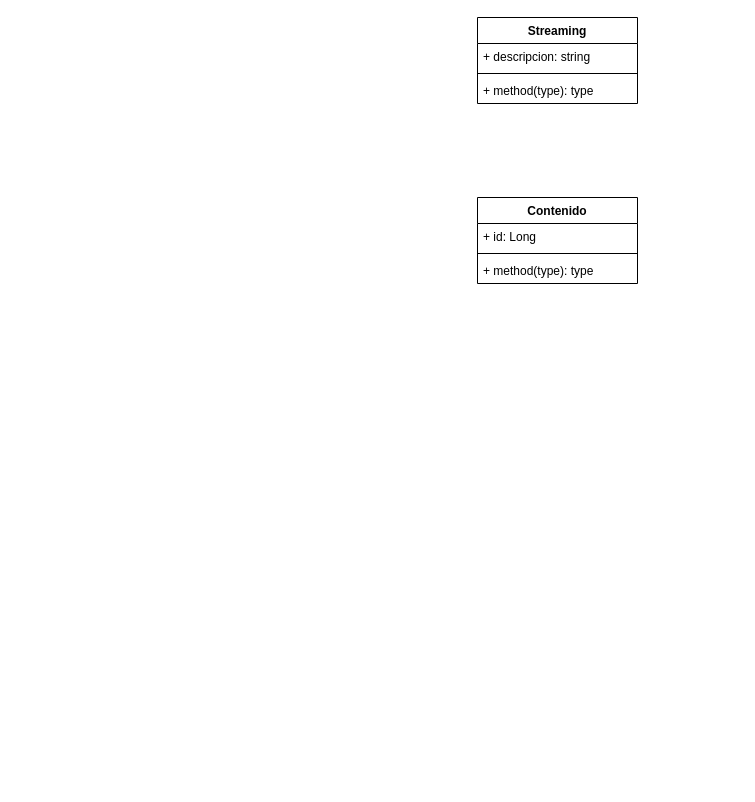
Above: Diagrama sin título.drawio in AIkerVSaul09/Alumno (draw.io), before the change. Source tidied: cells renumbered, new cells numbered last; positions are measured from the earlier drawing's top-left corner, leaving out a move shared by most shapes. Both pictures are drawn from the tidied source at 100%, with x=0, y=0 at pixel (477, 17).
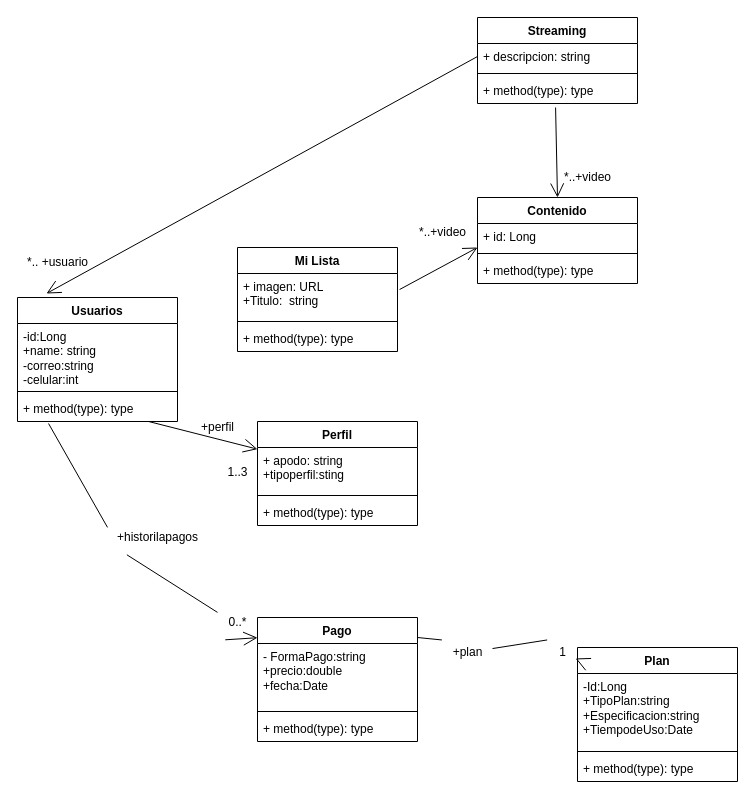
The same diagram, later.

The change refers to these unchanged cells:
```xml
<mxCell id="2" value="Contenido" style="swimlane;fontStyle=1;align=center;verticalAlign=top;horizontal=1;startSize=26;whiteSpace=wrap;html=1;" parent="1" vertex="1">
  <mxGeometry y="180" width="160" height="86" as="geometry" />
</mxCell>
<mxCell id="7" value="+ descripcion: string" style="text;strokeColor=none;fillColor=none;align=left;verticalAlign=top;spacingLeft=4;spacingRight=4;overflow=hidden;points=[[0,0.5],[1,0.5]];portConstraint=eastwest;whiteSpace=wrap;html=1;" parent="6" vertex="1">
  <mxGeometry y="26" width="160" height="26" as="geometry" />
</mxCell>
<mxCell id="9" value="+ method(type): type" style="text;strokeColor=none;fillColor=none;align=left;verticalAlign=top;spacingLeft=4;spacingRight=4;overflow=hidden;points=[[0,0.5],[1,0.5]];portConstraint=eastwest;whiteSpace=wrap;html=1;" parent="6" vertex="1">
  <mxGeometry y="60" width="160" height="26" as="geometry" />
</mxCell>
```

Diff of the diagram source:
```diff
@@
+    <mxCell id="10" style="endArrow=open;endFill=1;endSize=12;html=1;rounded=0;exitX=0.488;exitY=1.154;exitDx=0;exitDy=0;exitPerimeter=0;entryX=0.5;entryY=0;entryDx=0;entryDy=0;" parent="1" edge="1" source="9" target="2">
+      <mxGeometry relative="1" as="geometry" />
+    </mxCell>
+    <mxCell id="11" value="Mi Lista" style="swimlane;fontStyle=1;align=center;verticalAlign=top;horizontal=1;startSize=26;whiteSpace=wrap;html=1;" parent="1" vertex="1">
+      <mxGeometry x="-240" y="230" width="160" height="104" as="geometry" />
+    </mxCell>
+    <mxCell id="12" value="+ imagen: URL&lt;br&gt;+Titulo:&amp;nbsp; string" style="text;strokeColor=none;fillColor=none;align=left;verticalAlign=top;spacingLeft=4;spacingRight=4;overflow=hidden;points=[[0,0.5],[1,0.5]];portConstraint=eastwest;whiteSpace=wrap;html=1;" parent="11" vertex="1">
+      <mxGeometry y="26" width="160" height="44" as="geometry" />
+    </mxCell>
+    <mxCell id="13" style="line;strokeWidth=1;fillColor=none;align=left;verticalAlign=middle;spacingTop=-1;spacingLeft=3;spacingRight=3;labelPosition=right;strokeColor=inherit;" parent="11" vertex="1">
+      <mxGeometry y="70" width="160" height="8" as="geometry" />
+    </mxCell>
+    <mxCell id="14" value="+ method(type): type" style="text;strokeColor=none;fillColor=none;align=left;verticalAlign=top;spacingLeft=4;spacingRight=4;overflow=hidden;whiteSpace=wrap;html=1;" parent="11" vertex="1">
+      <mxGeometry y="78" width="160" height="26" as="geometry" />
+    </mxCell>
+    <mxCell id="15" style="endArrow=open;endFill=1;endSize=12;html=1;rounded=0;exitX=1.013;exitY=0.364;exitDx=0;exitDy=0;exitPerimeter=0;" parent="1" edge="1" source="12">
+      <mxGeometry relative="1" as="geometry">
+        <mxPoint y="230" as="targetPoint" />
+      </mxGeometry>
+    </mxCell>
+    <mxCell id="16" value="*..+video" style="text;html=1;align=center;verticalAlign=middle;strokeColor=none;fillColor=none;" parent="1" vertex="1">
+      <mxGeometry x="-70" y="200" width="70" height="30" as="geometry" />
+    </mxCell>
+    <mxCell id="17" value="*..+video" style="text;html=1;align=center;verticalAlign=middle;strokeColor=none;fillColor=none;" parent="1" vertex="1">
+      <mxGeometry x="75" y="145" width="70" height="30" as="geometry" />
+    </mxCell>
+    <mxCell id="18" value="Usuarios" style="swimlane;fontStyle=1;align=center;verticalAlign=top;horizontal=1;startSize=26;whiteSpace=wrap;html=1;" parent="1" vertex="1">
+      <mxGeometry x="-460" y="280" width="160" height="124" as="geometry" />
+    </mxCell>
+    <mxCell id="19" value="-id:Long&lt;br&gt;+name: string&lt;br&gt;-correo:string&lt;br&gt;-celular:int" style="text;strokeColor=none;fillColor=none;align=left;verticalAlign=top;spacingLeft=4;spacingRight=4;overflow=hidden;whiteSpace=wrap;html=1;" parent="18" vertex="1">
+      <mxGeometry y="26" width="160" height="64" as="geometry" />
+    </mxCell>
+    <mxCell id="20" style="line;strokeWidth=1;fillColor=none;align=left;verticalAlign=middle;spacingTop=-1;spacingLeft=3;spacingRight=3;labelPosition=right;strokeColor=inherit;" parent="18" vertex="1">
+      <mxGeometry y="90" width="160" height="8" as="geometry" />
+    </mxCell>
+    <mxCell id="21" value="+ method(type): type" style="text;strokeColor=none;fillColor=none;align=left;verticalAlign=top;spacingLeft=4;spacingRight=4;overflow=hidden;points=[[0,0.5],[1,0.5]];portConstraint=eastwest;whiteSpace=wrap;html=1;" parent="18" vertex="1">
+      <mxGeometry y="98" width="160" height="26" as="geometry" />
+    </mxCell>
+    <mxCell id="22" style="endArrow=open;endFill=1;endSize=12;html=1;rounded=0;exitX=0;exitY=0.5;exitDx=0;exitDy=0;entryX=0.181;entryY=-0.032;entryDx=0;entryDy=0;entryPerimeter=0;" parent="1" edge="1" source="7" target="18">
+      <mxGeometry relative="1" as="geometry" />
+    </mxCell>
+    <mxCell id="23" value="*.. +usuario" style="text;html=1;align=center;verticalAlign=middle;strokeColor=none;fillColor=none;" parent="1" vertex="1">
+      <mxGeometry x="-460" y="230" width="80" height="30" as="geometry" />
+    </mxCell>
+    <mxCell id="24" value="Perfil" style="swimlane;fontStyle=1;align=center;verticalAlign=top;horizontal=1;startSize=26;whiteSpace=wrap;html=1;" parent="1" vertex="1">
+      <mxGeometry x="-220" y="404" width="160" height="104" as="geometry" />
+    </mxCell>
+    <mxCell id="25" value="+ apodo: string&lt;br&gt;+tipoperfil:sting" style="text;strokeColor=none;fillColor=none;align=left;verticalAlign=top;spacingLeft=4;spacingRight=4;overflow=hidden;points=[[0,0.5],[1,0.5]];portConstraint=eastwest;whiteSpace=wrap;html=1;" parent="24" vertex="1">
+      <mxGeometry y="26" width="160" height="44" as="geometry" />
+    </mxCell>
+    <mxCell id="26" style="line;strokeWidth=1;fillColor=none;align=left;verticalAlign=middle;spacingTop=-1;spacingLeft=3;spacingRight=3;labelPosition=right;strokeColor=inherit;" parent="24" vertex="1">
+      <mxGeometry y="70" width="160" height="8" as="geometry" />
+    </mxCell>
+    <mxCell id="27" value="+ method(type): type" style="text;strokeColor=none;fillColor=none;align=left;verticalAlign=top;spacingLeft=4;spacingRight=4;overflow=hidden;whiteSpace=wrap;html=1;" parent="24" vertex="1">
+      <mxGeometry y="78" width="160" height="26" as="geometry" />
+    </mxCell>
+    <mxCell id="28" style="endArrow=open;endFill=1;endSize=12;html=1;rounded=0;" parent="1" edge="1" source="21" target="25">
+      <mxGeometry relative="1" as="geometry" />
+    </mxCell>
+    <mxCell id="29" value="1..3" style="text;html=1;align=center;verticalAlign=middle;strokeColor=none;fillColor=none;" parent="1" vertex="1">
+      <mxGeometry x="-260" y="440" width="40" height="30" as="geometry" />
+    </mxCell>
+    <mxCell id="30" value="+perfil" style="text;html=1;align=center;verticalAlign=middle;strokeColor=none;fillColor=none;" parent="1" vertex="1">
+      <mxGeometry x="-290" y="395" width="60" height="30" as="geometry" />
+    </mxCell>
+    <mxCell id="31" style="text;strokeColor=none;fillColor=none;align=left;verticalAlign=middle;spacingTop=-1;spacingLeft=4;spacingRight=4;labelPosition=right;" parent="1" vertex="1">
+      <mxGeometry x="-20" y="510" width="20" height="14" as="geometry" />
+    </mxCell>
+    <mxCell id="32" value="Pago" style="swimlane;fontStyle=1;align=center;verticalAlign=top;horizontal=1;startSize=26;whiteSpace=wrap;html=1;" parent="1" vertex="1">
+      <mxGeometry x="-220" y="600" width="160" height="124" as="geometry" />
+    </mxCell>
+    <mxCell id="33" value="- FormaPago:string&lt;br&gt;+precio:double&lt;br&gt;+fecha:Date&lt;br&gt;" style="text;strokeColor=none;fillColor=none;align=left;verticalAlign=top;spacingLeft=4;spacingRight=4;overflow=hidden;whiteSpace=wrap;html=1;" parent="32" vertex="1">
+      <mxGeometry y="26" width="160" height="64" as="geometry" />
+    </mxCell>
+    <mxCell id="34" style="line;strokeWidth=1;fillColor=none;align=left;verticalAlign=middle;spacingTop=-1;spacingLeft=3;spacingRight=3;labelPosition=right;strokeColor=inherit;" parent="32" vertex="1">
+      <mxGeometry y="90" width="160" height="8" as="geometry" />
+    </mxCell>
+    <mxCell id="35" value="+ method(type): type" style="text;strokeColor=none;fillColor=none;align=left;verticalAlign=top;spacingLeft=4;spacingRight=4;overflow=hidden;whiteSpace=wrap;html=1;" parent="32" vertex="1">
+      <mxGeometry y="98" width="160" height="26" as="geometry" />
+    </mxCell>
+    <mxCell id="36" style="endArrow=open;endFill=1;endSize=12;html=1;rounded=0;exitX=0.194;exitY=1.077;exitDx=0;exitDy=0;exitPerimeter=0;entryX=0;entryY=0.163;entryDx=0;entryDy=0;entryPerimeter=0;startArrow=none;" parent="1" edge="1" source="45" target="32">
+      <mxGeometry relative="1" as="geometry" />
+    </mxCell>
+    <mxCell id="37" value="Plan" style="swimlane;fontStyle=1;align=center;verticalAlign=top;horizontal=1;startSize=26;whiteSpace=wrap;html=1;" parent="1" vertex="1">
+      <mxGeometry x="100" y="630" width="160" height="134" as="geometry" />
+    </mxCell>
+    <mxCell id="38" value="-Id:Long&lt;br&gt;+TipoPlan:string&lt;br&gt;+Especificacion:string&lt;br&gt;+TiempodeUso:Date" style="text;strokeColor=none;fillColor=none;align=left;verticalAlign=top;spacingLeft=4;spacingRight=4;overflow=hidden;whiteSpace=wrap;html=1;" parent="37" vertex="1">
+      <mxGeometry y="26" width="160" height="74" as="geometry" />
+    </mxCell>
+    <mxCell id="39" style="line;strokeWidth=1;fillColor=none;align=left;verticalAlign=middle;spacingTop=-1;spacingLeft=3;spacingRight=3;labelPosition=right;strokeColor=inherit;" parent="37" vertex="1">
+      <mxGeometry y="100" width="160" height="8" as="geometry" />
+    </mxCell>
+    <mxCell id="40" value="+ method(type): type" style="text;strokeColor=none;fillColor=none;align=left;verticalAlign=top;spacingLeft=4;spacingRight=4;overflow=hidden;whiteSpace=wrap;html=1;" parent="37" vertex="1">
+      <mxGeometry y="108" width="160" height="26" as="geometry" />
+    </mxCell>
+    <mxCell id="41" style="endArrow=open;endFill=1;endSize=12;html=1;rounded=0;entryX=-0.012;entryY=0.082;entryDx=0;entryDy=0;entryPerimeter=0;startArrow=none;" parent="1" edge="1" source="49" target="37">
+      <mxGeometry relative="1" as="geometry" />
+    </mxCell>
+    <mxCell id="42" style="endArrow=none;endFill=1;endSize=12;html=1;rounded=0;exitX=0.194;exitY=1.077;exitDx=0;exitDy=0;exitPerimeter=0;entryX=0;entryY=0.163;entryDx=0;entryDy=0;entryPerimeter=0;" parent="1" edge="1" source="21" target="43">
+      <mxGeometry relative="1" as="geometry" />
+    </mxCell>
+    <mxCell id="43" value="+historilapagos" style="text;html=1;align=center;verticalAlign=middle;points=[];strokeColor=none;fillColor=none;" parent="1" vertex="1">
+      <mxGeometry x="-370" y="505" width="100" height="30" as="geometry" />
+    </mxCell>
+    <mxCell id="44" style="endArrow=none;endFill=1;endSize=12;html=1;rounded=0;exitX=0.194;exitY=1.077;exitDx=0;exitDy=0;exitPerimeter=0;entryX=0;entryY=0.163;entryDx=0;entryDy=0;entryPerimeter=0;startArrow=none;" parent="1" edge="1" source="43" target="45">
+      <mxGeometry relative="1" as="geometry" />
+    </mxCell>
+    <mxCell id="45" value="0..*" style="text;html=1;align=center;verticalAlign=middle;points=[];strokeColor=none;fillColor=none;" parent="1" vertex="1">
+      <mxGeometry x="-260" y="590" width="40" height="30" as="geometry" />
+    </mxCell>
+    <mxCell id="46" style="endArrow=none;endFill=1;endSize=12;html=1;rounded=0;entryX=-0.012;entryY=0.082;entryDx=0;entryDy=0;entryPerimeter=0;" parent="1" edge="1" target="47">
+      <mxGeometry relative="1" as="geometry">
+        <mxPoint x="-60" y="620" as="sourcePoint" />
+      </mxGeometry>
+    </mxCell>
+    <mxCell id="47" value="+plan" style="text;html=1;align=center;verticalAlign=middle;points=[];strokeColor=none;fillColor=none;" parent="1" vertex="1">
+      <mxGeometry x="-35" y="620" width="50" height="30" as="geometry" />
+    </mxCell>
+    <mxCell id="48" style="endArrow=none;endFill=1;endSize=12;html=1;rounded=0;entryX=-0.012;entryY=0.082;entryDx=0;entryDy=0;entryPerimeter=0;startArrow=none;" parent="1" edge="1" source="47" target="49">
+      <mxGeometry relative="1" as="geometry" />
+    </mxCell>
+    <mxCell id="49" value="1" style="text;html=1;align=center;verticalAlign=middle;points=[];strokeColor=none;fillColor=none;" parent="1" vertex="1">
+      <mxGeometry x="70" y="620" width="30" height="30" as="geometry" />
+    </mxCell>
```
